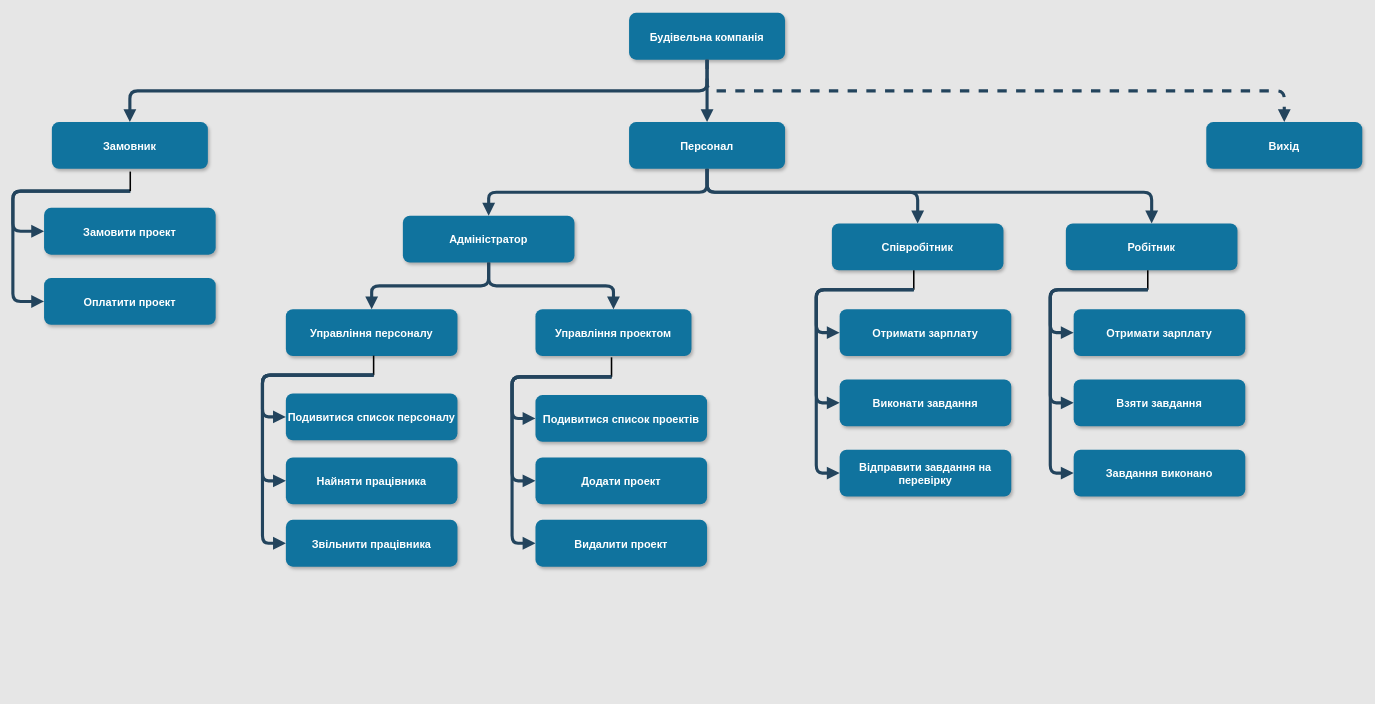
oleksanderShevchuk/Daigram keeps this draw.io diagram as page "Page-1" (1 of 4) of Untitled Diagram.drawio. Above is the earlier version. Source tidied: cells renumbered, new cells numbered last; positions are measured from the earlier drawing's top-left corner, leaving out a move shared by most shapes. Both pictures are drawn from the tidied source at 78%, with x=0, y=0 at pixel (-81, 12).
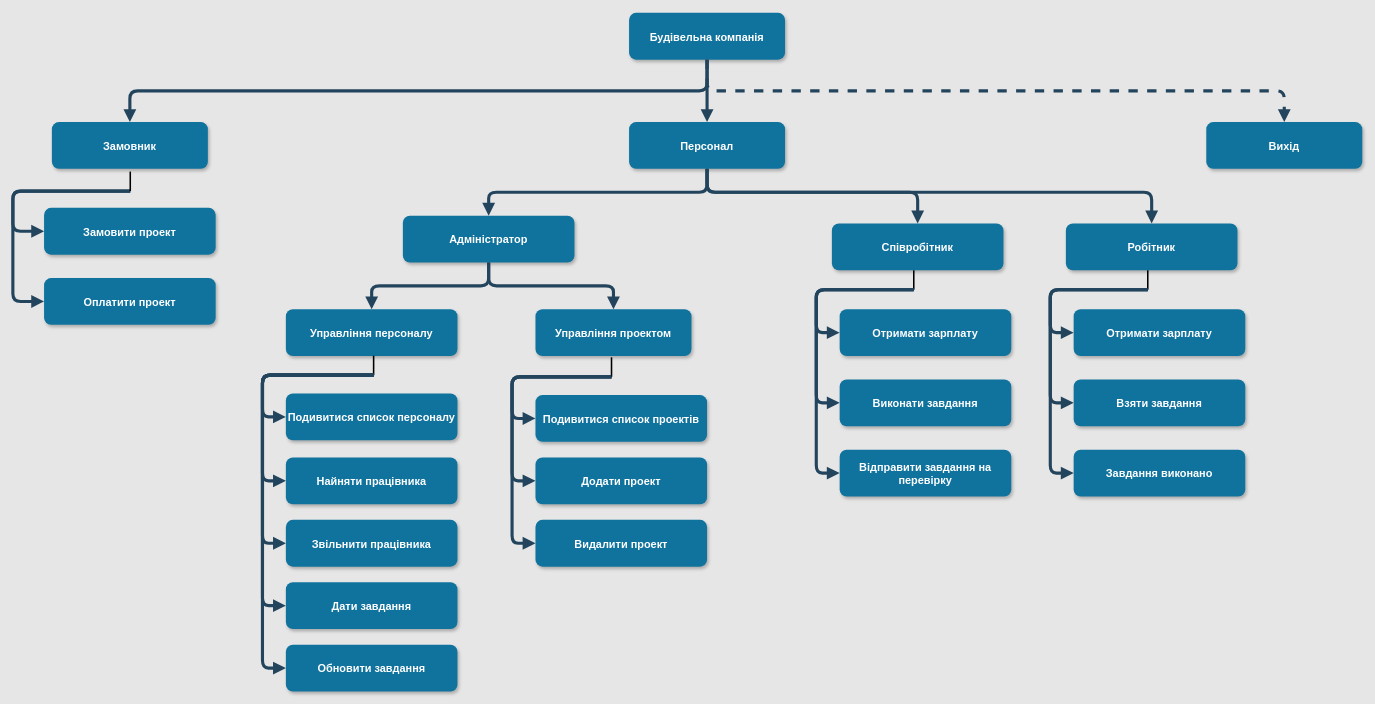
After the change.

The change refers to these unchanged cells:
```xml
<mxCell id="20" style="line;strokeWidth=2;html=1;rotation=90;" parent="1" vertex="1">
  <mxGeometry x="570" y="442" width="25" height="20" as="geometry" />
</mxCell>
```

Change to the diagram source:
```diff
@@
+    <mxCell id="52" style="edgeStyle=elbowEdgeStyle;elbow=vertical;strokeWidth=4;endArrow=block;endFill=1;fontStyle=1;strokeColor=#23445D;entryX=0;entryY=0.5;entryDx=0;entryDy=0;exitX=1;exitY=0.5;exitDx=0;exitDy=0;exitPerimeter=0;" parent="1" edge="1" source="20" target="53">
+      <mxGeometry x="-740" y="547.8" as="geometry">
+        <Array as="points">
+          <mxPoint x="440" y="630" />
+          <mxPoint x="370" y="712.8" />
+          <mxPoint x="250" y="728.2" />
+          <mxPoint x="240" y="653.2" />
+          <mxPoint x="250" y="733.2" />
+          <mxPoint x="280" y="633.2" />
+          <mxPoint x="250" y="703.2" />
+          <mxPoint x="340" y="633.2" />
+          <mxPoint x="250" y="723.2" />
+          <mxPoint x="590" y="633.2" />
+          <mxPoint x="260" y="673.2" />
+        </Array>
+      </mxGeometry>
+    </mxCell>
+    <mxCell id="53" value="Дати завдання" style="rounded=1;fillColor=#10739E;strokeColor=none;shadow=1;gradientColor=none;fontStyle=1;fontColor=#FFFFFF;fontSize=14;" parent="1" vertex="1">
+      <mxGeometry x="470" y="730" width="220" height="60" as="geometry" />
+    </mxCell>
+    <mxCell id="54" style="edgeStyle=elbowEdgeStyle;elbow=vertical;strokeWidth=4;endArrow=block;endFill=1;fontStyle=1;strokeColor=#23445D;entryX=0;entryY=0.5;entryDx=0;entryDy=0;exitX=1;exitY=0.5;exitDx=0;exitDy=0;exitPerimeter=0;" parent="1" edge="1" source="20" target="55">
+      <mxGeometry x="-750" y="643.2" as="geometry">
+        <Array as="points">
+          <mxPoint x="440" y="630" />
+          <mxPoint x="430" y="725.5" />
+          <mxPoint x="360" y="808.2" />
+          <mxPoint x="240" y="823.8" />
+          <mxPoint x="230" y="748.8" />
+          <mxPoint x="240" y="828.8" />
+          <mxPoint x="270" y="728.8" />
+          <mxPoint x="240" y="798.8" />
+          <mxPoint x="330" y="728.8" />
+          <mxPoint x="240" y="818.8" />
+          <mxPoint x="580" y="728.8" />
+          <mxPoint x="250" y="768.8" />
+        </Array>
+      </mxGeometry>
+    </mxCell>
+    <mxCell id="55" value="Обновити завдання" style="rounded=1;fillColor=#10739E;strokeColor=none;shadow=1;gradientColor=none;fontStyle=1;fontColor=#FFFFFF;fontSize=14;" parent="1" vertex="1">
+      <mxGeometry x="470" y="810" width="220" height="60" as="geometry" />
+    </mxCell>
```
